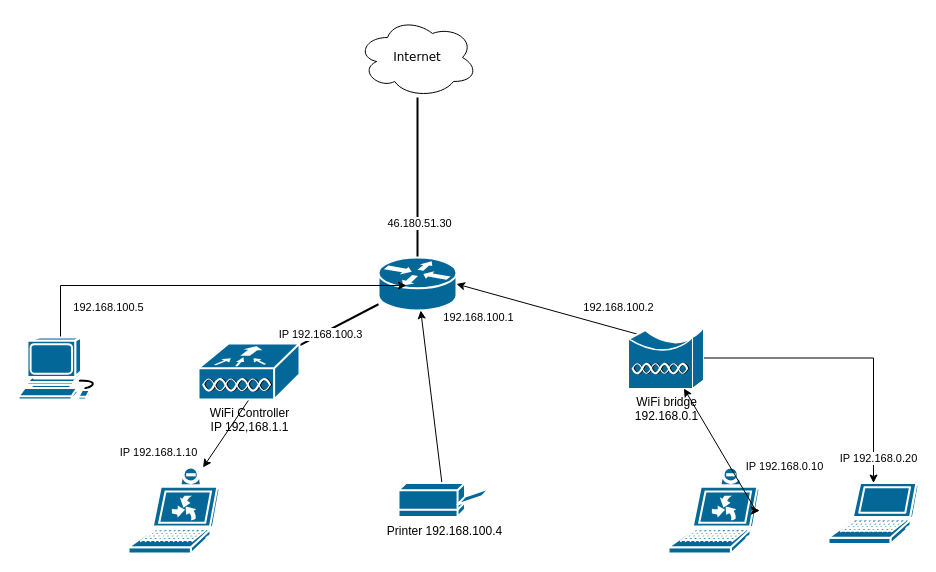
Above: Untitled Diagram.drawio in anber137/bash_1 (draw.io), before the change. Source tidied: cells renumbered, new cells numbered last; positions are measured from the earlier drawing's top-left corner, leaving out a move shared by most shapes. Both pictures are drawn from the tidied source at 100%, with x=0, y=0 at pixel (18, 17).
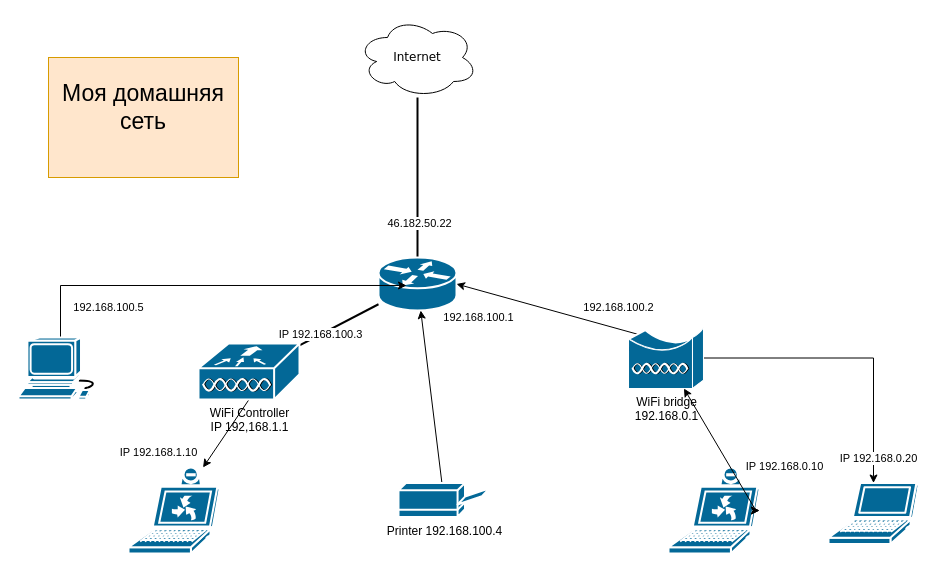
After the change.

The change refers to these unchanged cells:
```xml
<mxCell id="5" style="edgeStyle=none;html=1;labelBackgroundColor=none;startFill=0;endArrow=none;endFill=0;strokeWidth=2;fontFamily=Verdana;fontSize=12;" parent="1" edge="1" source="7" target="4">
  <mxGeometry relative="1" as="geometry" />
</mxCell>
```

Change to the diagram source:
```diff
@@
-    <mxCell id="6" value="46.180.51.30" style="edgeLabel;html=1;align=center;verticalAlign=middle;" parent="5" vertex="1">
+    <mxCell id="6" value="46.182.50.22" style="edgeLabel;html=1;align=center;verticalAlign=middle;" parent="5" vertex="1">
       <mxGeometry x="-0.56" y="-1" relative="1" as="geometry" />
     </mxCell>
@@
+    <mxCell id="24" value="Моя домашняя сеть" style="text;html=1;strokeColor=#d79b00;fillColor=#ffe6cc;spacing=5;spacingTop=-20;whiteSpace=wrap;overflow=hidden;rounded=0;align=center;verticalAlign=middle;fontSize=23;" parent="1" vertex="1">
+      <mxGeometry x="30" y="40" width="190" height="120" as="geometry" />
+    </mxCell>
```
